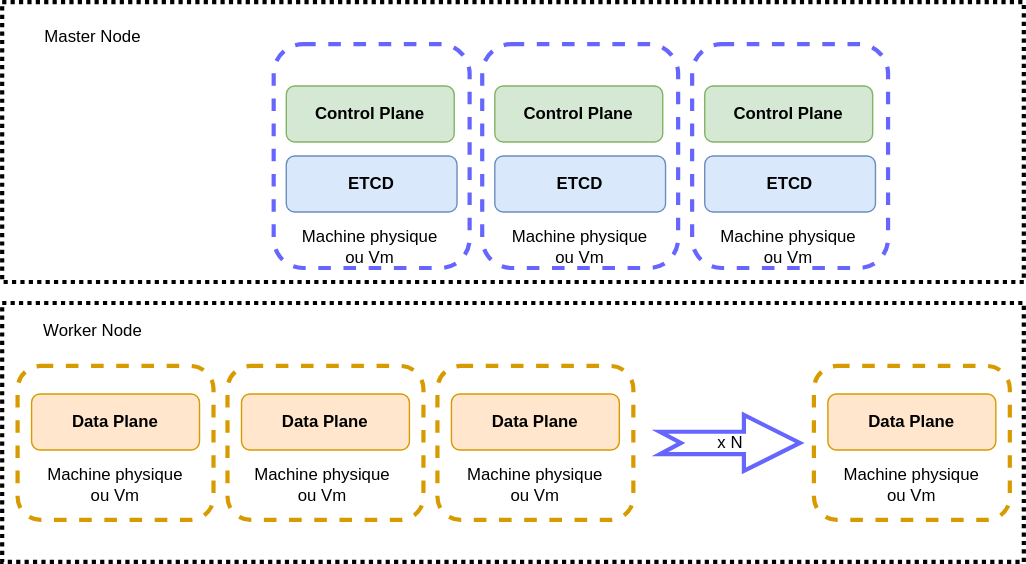
The draw.io diagram images/topologie-classique-K8S.drawio.svg in obeyler/Formation-K8S, before a commit. Source tidied: cells renumbered, new cells last; positions are measured from the earlier drawing's top-left corner, leaving out a move shared by most shapes. Its diagram source:
```xml
<mxGraphModel>
  <root>
    <mxCell id="0" />
    <mxCell id="1" parent="0" />
    <mxCell id="2" value="&lt;b&gt;Control Plane&lt;br&gt;&lt;/b&gt;" style="rounded=1;whiteSpace=wrap;html=1;strokeColor=#82b366;fillColor=#d5e8d4;" parent="1" vertex="1">
      <mxGeometry x="203" y="60" width="120" height="40" as="geometry" />
    </mxCell>
    <mxCell id="3" value="&lt;b&gt;ETCD&lt;/b&gt;" style="rounded=1;whiteSpace=wrap;html=1;strokeColor=#6c8ebf;fillColor=#dae8fc;" parent="1" vertex="1">
      <mxGeometry x="203" y="110" width="122" height="40" as="geometry" />
    </mxCell>
    <mxCell id="4" value="&lt;b&gt;Data Plane&lt;br&gt;&lt;/b&gt;" style="rounded=1;whiteSpace=wrap;html=1;strokeColor=#d79b00;fillColor=#ffe6cc;" parent="1" vertex="1">
      <mxGeometry x="21" y="280" width="120" height="40" as="geometry" />
    </mxCell>
    <mxCell id="5" style="rounded=1;whiteSpace=wrap;html=1;dashed=1;strokeColor=#6666FF;strokeWidth=3;fillColor=none;gradientColor=#ffffff;align=center;" parent="1" vertex="1">
      <mxGeometry x="194" y="30" width="140" height="160" as="geometry" />
    </mxCell>
    <mxCell id="6" style="rounded=1;whiteSpace=wrap;html=1;dashed=1;strokeColor=#d79b00;strokeWidth=3;fillColor=none;align=left;" parent="1" vertex="1">
      <mxGeometry x="11" y="260" width="140" height="110" as="geometry" />
    </mxCell>
    <mxCell id="7" value="&lt;b&gt;Control Plane&lt;br&gt;&lt;/b&gt;" style="rounded=1;whiteSpace=wrap;html=1;strokeColor=#82b366;fillColor=#d5e8d4;" parent="1" vertex="1">
      <mxGeometry x="352" y="60" width="120" height="40" as="geometry" />
    </mxCell>
    <mxCell id="8" value="&lt;b&gt;ETCD&lt;/b&gt;" style="rounded=1;whiteSpace=wrap;html=1;strokeColor=#6c8ebf;fillColor=#dae8fc;" parent="1" vertex="1">
      <mxGeometry x="352" y="110" width="122" height="40" as="geometry" />
    </mxCell>
    <mxCell id="9" style="rounded=1;whiteSpace=wrap;html=1;dashed=1;strokeColor=#6666FF;strokeWidth=3;fillColor=none;gradientColor=#ffffff;align=left;" parent="1" vertex="1">
      <mxGeometry x="343" y="30" width="140" height="160" as="geometry" />
    </mxCell>
    <mxCell id="10" value="&lt;b&gt;Control Plane&lt;br&gt;&lt;/b&gt;" style="rounded=1;whiteSpace=wrap;html=1;strokeColor=#82b366;fillColor=#d5e8d4;" parent="1" vertex="1">
      <mxGeometry x="502" y="60" width="120" height="40" as="geometry" />
    </mxCell>
    <mxCell id="11" value="&lt;b&gt;ETCD&lt;/b&gt;" style="rounded=1;whiteSpace=wrap;html=1;strokeColor=#6c8ebf;fillColor=#dae8fc;" parent="1" vertex="1">
      <mxGeometry x="502" y="110" width="122" height="40" as="geometry" />
    </mxCell>
    <mxCell id="12" style="rounded=1;whiteSpace=wrap;html=1;dashed=1;strokeColor=#6666FF;strokeWidth=3;fillColor=none;gradientColor=#ffffff;align=left;" parent="1" vertex="1">
      <mxGeometry x="493" y="30" width="140" height="160" as="geometry" />
    </mxCell>
    <mxCell id="13" value="&lt;b&gt;Data Plane&lt;br&gt;&lt;/b&gt;" style="rounded=1;whiteSpace=wrap;html=1;strokeColor=#d79b00;fillColor=#ffe6cc;" parent="1" vertex="1">
      <mxGeometry x="171" y="280" width="120" height="40" as="geometry" />
    </mxCell>
    <mxCell id="14" style="rounded=1;whiteSpace=wrap;html=1;dashed=1;strokeColor=#d79b00;strokeWidth=3;fillColor=none;align=left;" parent="1" vertex="1">
      <mxGeometry x="161" y="260" width="140" height="110" as="geometry" />
    </mxCell>
    <mxCell id="15" value="&lt;b&gt;Data Plane&lt;br&gt;&lt;/b&gt;" style="rounded=1;whiteSpace=wrap;html=1;strokeColor=#d79b00;fillColor=#ffe6cc;" parent="1" vertex="1">
      <mxGeometry x="590" y="280" width="120" height="40" as="geometry" />
    </mxCell>
    <mxCell id="16" style="rounded=1;whiteSpace=wrap;html=1;dashed=1;strokeColor=#d79b00;strokeWidth=3;fillColor=none;align=left;" parent="1" vertex="1">
      <mxGeometry x="580" y="260" width="140" height="110" as="geometry" />
    </mxCell>
    <mxCell id="17" value="Master Node" style="text;html=1;strokeColor=none;fillColor=none;align=center;verticalAlign=middle;whiteSpace=wrap;rounded=0;dashed=1;" parent="1" vertex="1">
      <mxGeometry x="20" y="10" width="90" height="30" as="geometry" />
    </mxCell>
    <mxCell id="18" value="x N" style="html=1;shadow=0;dashed=0;align=center;verticalAlign=middle;shape=mxgraph.arrows2.arrow;dy=0.6;dx=40;notch=15;strokeColor=#6666FF;strokeWidth=3;fillColor=none;gradientColor=#ffffff;" parent="1" vertex="1">
      <mxGeometry x="470" y="295" width="100" height="40" as="geometry" />
    </mxCell>
    <mxCell id="19" value="Worker Node" style="text;html=1;strokeColor=none;fillColor=none;align=center;verticalAlign=middle;whiteSpace=wrap;rounded=0;dashed=1;" parent="1" vertex="1">
      <mxGeometry x="20" y="220" width="90" height="30" as="geometry" />
    </mxCell>
    <mxCell id="20" value="&lt;b&gt;Data Plane&lt;br&gt;&lt;/b&gt;" style="rounded=1;whiteSpace=wrap;html=1;strokeColor=#d79b00;fillColor=#ffe6cc;" parent="1" vertex="1">
      <mxGeometry x="321" y="280" width="120" height="40" as="geometry" />
    </mxCell>
    <mxCell id="21" style="rounded=1;whiteSpace=wrap;html=1;dashed=1;strokeColor=#d79b00;strokeWidth=3;fillColor=none;align=left;" parent="1" vertex="1">
      <mxGeometry x="311" y="260" width="140" height="110" as="geometry" />
    </mxCell>
    <mxCell id="22" value="Machine physique ou Vm" style="text;html=1;strokeColor=none;fillColor=none;align=center;verticalAlign=middle;whiteSpace=wrap;rounded=0;dashed=1;" parent="1" vertex="1">
      <mxGeometry x="213" y="160" width="100" height="30" as="geometry" />
    </mxCell>
    <mxCell id="23" value="Machine physique ou Vm" style="text;html=1;strokeColor=none;fillColor=none;align=center;verticalAlign=middle;whiteSpace=wrap;rounded=0;dashed=1;" parent="1" vertex="1">
      <mxGeometry x="363" y="160" width="100" height="30" as="geometry" />
    </mxCell>
    <mxCell id="24" value="Machine physique ou Vm" style="text;html=1;strokeColor=none;fillColor=none;align=center;verticalAlign=middle;whiteSpace=wrap;rounded=0;dashed=1;" parent="1" vertex="1">
      <mxGeometry x="512" y="160" width="100" height="30" as="geometry" />
    </mxCell>
    <mxCell id="25" value="Machine physique ou Vm" style="text;html=1;strokeColor=none;fillColor=none;align=center;verticalAlign=middle;whiteSpace=wrap;rounded=0;dashed=1;" parent="1" vertex="1">
      <mxGeometry x="31" y="330" width="100" height="30" as="geometry" />
    </mxCell>
    <mxCell id="26" value="Machine physique ou Vm" style="text;html=1;strokeColor=none;fillColor=none;align=center;verticalAlign=middle;whiteSpace=wrap;rounded=0;dashed=1;" parent="1" vertex="1">
      <mxGeometry x="179" y="330" width="100" height="30" as="geometry" />
    </mxCell>
    <mxCell id="27" value="Machine physique ou Vm" style="text;html=1;strokeColor=none;fillColor=none;align=center;verticalAlign=middle;whiteSpace=wrap;rounded=0;dashed=1;" parent="1" vertex="1">
      <mxGeometry x="331" y="330" width="100" height="30" as="geometry" />
    </mxCell>
    <mxCell id="28" value="Machine physique ou Vm" style="text;html=1;strokeColor=none;fillColor=none;align=center;verticalAlign=middle;whiteSpace=wrap;rounded=0;dashed=1;" parent="1" vertex="1">
      <mxGeometry x="600" y="330" width="100" height="30" as="geometry" />
    </mxCell>
    <mxCell id="29" style="rounded=0;whiteSpace=wrap;html=1;dashed=1;strokeWidth=3;align=left;dashPattern=1 1;fillColor=none;" parent="1" vertex="1">
      <mxGeometry width="730" height="200" as="geometry" />
    </mxCell>
    <mxCell id="30" style="rounded=0;whiteSpace=wrap;html=1;dashed=1;strokeWidth=3;align=left;dashPattern=1 1;fillColor=none;" parent="1" vertex="1">
      <mxGeometry y="215" width="730" height="185" as="geometry" />
    </mxCell>
  </root>
</mxGraphModel>
```
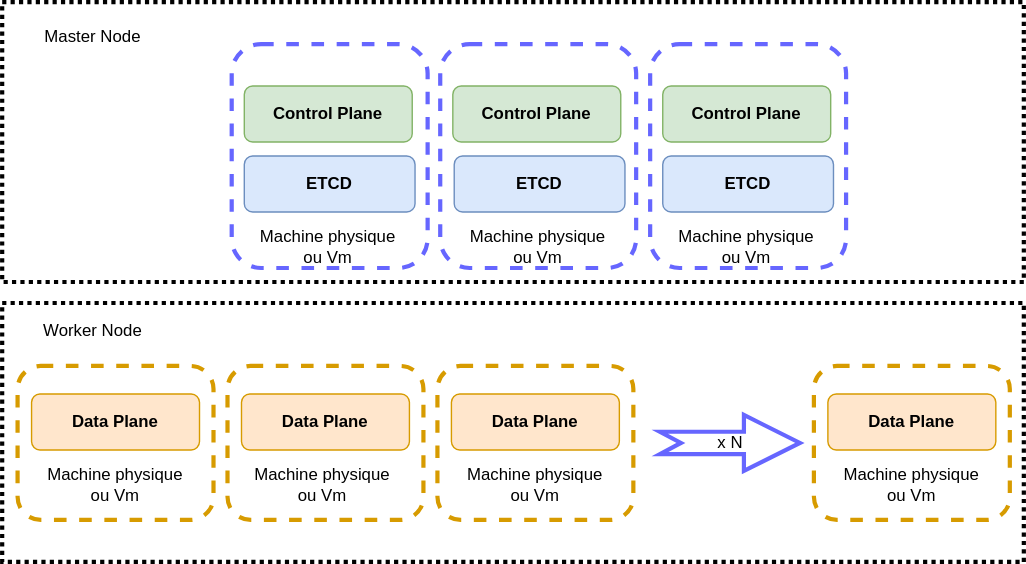
After the change.

Diff of the diagram source:
```diff
@@ -3,37 +3,28 @@
     <mxCell id="0" />
     <mxCell id="1" parent="0" />
     <mxCell id="2" value="&lt;b&gt;Control Plane&lt;br&gt;&lt;/b&gt;" style="rounded=1;whiteSpace=wrap;html=1;strokeColor=#82b366;fillColor=#d5e8d4;" parent="1" vertex="1">
-      <mxGeometry x="203" y="60" width="120" height="40" as="geometry" />
+      <mxGeometry x="173" y="60" width="120" height="40" as="geometry" />
     </mxCell>
-    <mxCell id="3" value="&lt;b&gt;ETCD&lt;/b&gt;" style="rounded=1;whiteSpace=wrap;html=1;strokeColor=#6c8ebf;fillColor=#dae8fc;" parent="1" vertex="1">
-      <mxGeometry x="203" y="110" width="122" height="40" as="geometry" />
-    </mxCell>
     <mxCell id="4" value="&lt;b&gt;Data Plane&lt;br&gt;&lt;/b&gt;" style="rounded=1;whiteSpace=wrap;html=1;strokeColor=#d79b00;fillColor=#ffe6cc;" parent="1" vertex="1">
       <mxGeometry x="21" y="280" width="120" height="40" as="geometry" />
     </mxCell>
     <mxCell id="5" style="rounded=1;whiteSpace=wrap;html=1;dashed=1;strokeColor=#6666FF;strokeWidth=3;fillColor=none;gradientColor=#ffffff;align=center;" parent="1" vertex="1">
-      <mxGeometry x="194" y="30" width="140" height="160" as="geometry" />
+      <mxGeometry x="164" y="30" width="140" height="160" as="geometry" />
     </mxCell>
     <mxCell id="6" style="rounded=1;whiteSpace=wrap;html=1;dashed=1;strokeColor=#d79b00;strokeWidth=3;fillColor=none;align=left;" parent="1" vertex="1">
       <mxGeometry x="11" y="260" width="140" height="110" as="geometry" />
     </mxCell>
     <mxCell id="7" value="&lt;b&gt;Control Plane&lt;br&gt;&lt;/b&gt;" style="rounded=1;whiteSpace=wrap;html=1;strokeColor=#82b366;fillColor=#d5e8d4;" parent="1" vertex="1">
-      <mxGeometry x="352" y="60" width="120" height="40" as="geometry" />
+      <mxGeometry x="322" y="60" width="120" height="40" as="geometry" />
     </mxCell>
-    <mxCell id="8" value="&lt;b&gt;ETCD&lt;/b&gt;" style="rounded=1;whiteSpace=wrap;html=1;strokeColor=#6c8ebf;fillColor=#dae8fc;" parent="1" vertex="1">
-      <mxGeometry x="352" y="110" width="122" height="40" as="geometry" />
-    </mxCell>
     <mxCell id="9" style="rounded=1;whiteSpace=wrap;html=1;dashed=1;strokeColor=#6666FF;strokeWidth=3;fillColor=none;gradientColor=#ffffff;align=left;" parent="1" vertex="1">
-      <mxGeometry x="343" y="30" width="140" height="160" as="geometry" />
+      <mxGeometry x="313" y="30" width="140" height="160" as="geometry" />
     </mxCell>
     <mxCell id="10" value="&lt;b&gt;Control Plane&lt;br&gt;&lt;/b&gt;" style="rounded=1;whiteSpace=wrap;html=1;strokeColor=#82b366;fillColor=#d5e8d4;" parent="1" vertex="1">
-      <mxGeometry x="502" y="60" width="120" height="40" as="geometry" />
+      <mxGeometry x="472" y="60" width="120" height="40" as="geometry" />
     </mxCell>
-    <mxCell id="11" value="&lt;b&gt;ETCD&lt;/b&gt;" style="rounded=1;whiteSpace=wrap;html=1;strokeColor=#6c8ebf;fillColor=#dae8fc;" parent="1" vertex="1">
-      <mxGeometry x="502" y="110" width="122" height="40" as="geometry" />
-    </mxCell>
     <mxCell id="12" style="rounded=1;whiteSpace=wrap;html=1;dashed=1;strokeColor=#6666FF;strokeWidth=3;fillColor=none;gradientColor=#ffffff;align=left;" parent="1" vertex="1">
-      <mxGeometry x="493" y="30" width="140" height="160" as="geometry" />
+      <mxGeometry x="463" y="30" width="140" height="160" as="geometry" />
     </mxCell>
     <mxCell id="13" value="&lt;b&gt;Data Plane&lt;br&gt;&lt;/b&gt;" style="rounded=1;whiteSpace=wrap;html=1;strokeColor=#d79b00;fillColor=#ffe6cc;" parent="1" vertex="1">
       <mxGeometry x="171" y="280" width="120" height="40" as="geometry" />
@@ -63,13 +54,13 @@
       <mxGeometry x="311" y="260" width="140" height="110" as="geometry" />
     </mxCell>
     <mxCell id="22" value="Machine physique ou Vm" style="text;html=1;strokeColor=none;fillColor=none;align=center;verticalAlign=middle;whiteSpace=wrap;rounded=0;dashed=1;" parent="1" vertex="1">
-      <mxGeometry x="213" y="160" width="100" height="30" as="geometry" />
+      <mxGeometry x="183" y="160" width="100" height="30" as="geometry" />
     </mxCell>
     <mxCell id="23" value="Machine physique ou Vm" style="text;html=1;strokeColor=none;fillColor=none;align=center;verticalAlign=middle;whiteSpace=wrap;rounded=0;dashed=1;" parent="1" vertex="1">
-      <mxGeometry x="363" y="160" width="100" height="30" as="geometry" />
+      <mxGeometry x="333" y="160" width="100" height="30" as="geometry" />
     </mxCell>
     <mxCell id="24" value="Machine physique ou Vm" style="text;html=1;strokeColor=none;fillColor=none;align=center;verticalAlign=middle;whiteSpace=wrap;rounded=0;dashed=1;" parent="1" vertex="1">
-      <mxGeometry x="512" y="160" width="100" height="30" as="geometry" />
+      <mxGeometry x="482" y="160" width="100" height="30" as="geometry" />
     </mxCell>
     <mxCell id="25" value="Machine physique ou Vm" style="text;html=1;strokeColor=none;fillColor=none;align=center;verticalAlign=middle;whiteSpace=wrap;rounded=0;dashed=1;" parent="1" vertex="1">
       <mxGeometry x="31" y="330" width="100" height="30" as="geometry" />
@@ -89,5 +80,14 @@
     <mxCell id="30" style="rounded=0;whiteSpace=wrap;html=1;dashed=1;strokeWidth=3;align=left;dashPattern=1 1;fillColor=none;" parent="1" vertex="1">
       <mxGeometry y="215" width="730" height="185" as="geometry" />
     </mxCell>
+    <mxCell id="31" value="&lt;b&gt;ETCD&lt;/b&gt;" style="rounded=1;whiteSpace=wrap;html=1;strokeColor=#6c8ebf;fillColor=#dae8fc;" parent="1" vertex="1">
+      <mxGeometry x="173" y="110" width="122" height="40" as="geometry" />
+    </mxCell>
+    <mxCell id="32" value="&lt;b&gt;ETCD&lt;/b&gt;" style="rounded=1;whiteSpace=wrap;html=1;strokeColor=#6c8ebf;fillColor=#dae8fc;" parent="1" vertex="1">
+      <mxGeometry x="323" y="110" width="122" height="40" as="geometry" />
+    </mxCell>
+    <mxCell id="33" value="&lt;b&gt;ETCD&lt;/b&gt;" style="rounded=1;whiteSpace=wrap;html=1;strokeColor=#6c8ebf;fillColor=#dae8fc;" parent="1" vertex="1">
+      <mxGeometry x="472" y="110" width="122" height="40" as="geometry" />
+    </mxCell>
   </root>
 </mxGraphModel>
```
